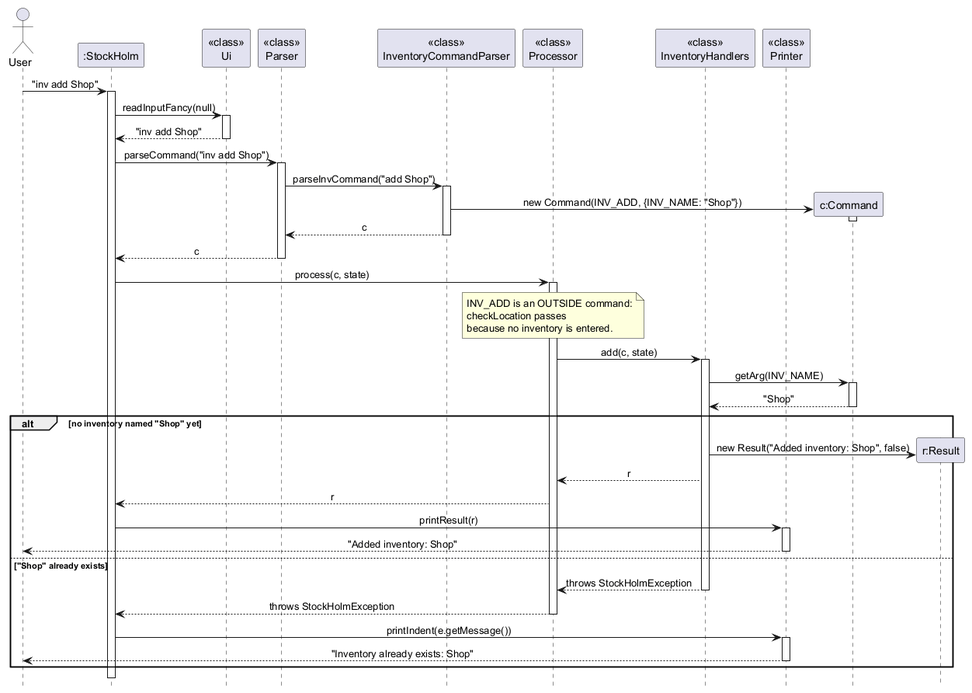
The PlantUML diagram docs/images/InvAddSequence.png in AY2627S1-CS2113-W14-4/tp, before a commit.
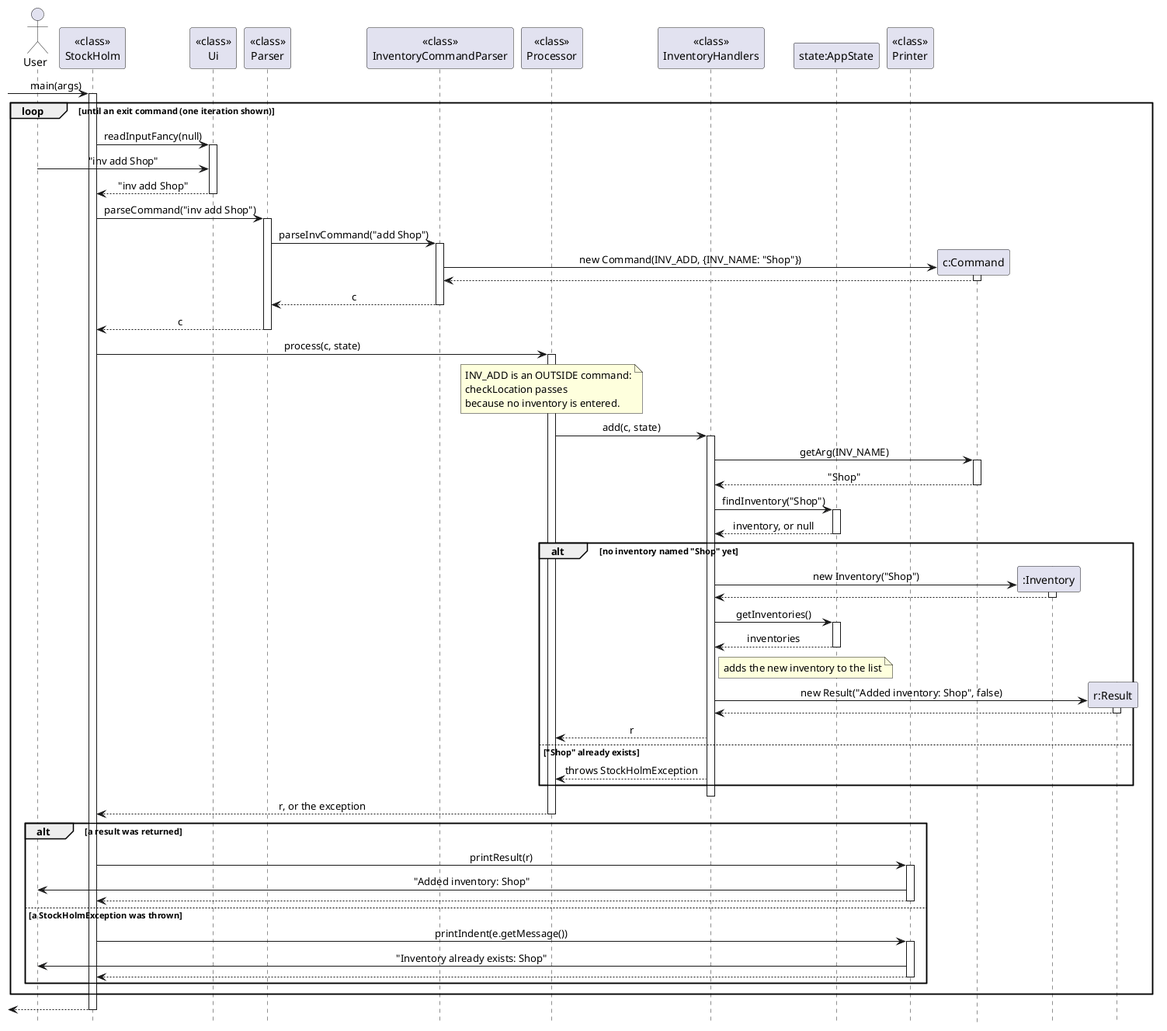
After the commit.

Commit message:
Fix activation bars and arrows in inv add sequence diagram

Diff of the diagram source:
```diff
@@ -3,65 +3,94 @@
 skinparam sequenceMessageAlign center
 
 actor User
-participant ":StockHolm" as Main
+participant "<<class>>\nStockHolm" as Main
 participant "<<class>>\nUi" as Ui
 participant "<<class>>\nParser" as Parser
 participant "<<class>>\nInventoryCommandParser" as InvParser
 participant "<<class>>\nProcessor" as Processor
 participant "<<class>>\nInventoryHandlers" as Handlers
+participant "state:AppState" as State
 participant "<<class>>\nPrinter" as Printer
 
-User -> Main : "inv add Shop"
+[-> Main : main(args)
 activate Main
-Main -> Ui : readInputFancy(null)
-activate Ui
-Ui --> Main : "inv add Shop"
-deactivate Ui
+loop until an exit command (one iteration shown)
+    Main -> Ui : readInputFancy(null)
+    activate Ui
+    User -> Ui : "inv add Shop"
+    Ui --> Main : "inv add Shop"
+    deactivate Ui
 
-Main -> Parser : parseCommand("inv add Shop")
-activate Parser
-Parser -> InvParser : parseInvCommand("add Shop")
-activate InvParser
-create participant "c:Command" as Cmd
-InvParser -> Cmd : new Command(INV_ADD, {INV_NAME: "Shop"})
-activate Cmd
-deactivate Cmd
-InvParser --> Parser : c
-deactivate InvParser
-Parser --> Main : c
-deactivate Parser
+    Main -> Parser : parseCommand("inv add Shop")
+    activate Parser
+    Parser -> InvParser : parseInvCommand("add Shop")
+    activate InvParser
+    create participant "c:Command" as Cmd
+    InvParser -> Cmd : new Command(INV_ADD, {INV_NAME: "Shop"})
+    activate Cmd
+    Cmd --> InvParser
+    deactivate Cmd
+    InvParser --> Parser : c
+    deactivate InvParser
+    Parser --> Main : c
+    deactivate Parser
 
-Main -> Processor : process(c, state)
-activate Processor
-note over Processor
-    INV_ADD is an OUTSIDE command:
-    checkLocation passes
-    because no inventory is entered.
-end note
-Processor -> Handlers : add(c, state)
-activate Handlers
-Handlers -> Cmd : getArg(INV_NAME)
-activate Cmd
-Cmd --> Handlers : "Shop"
-deactivate Cmd
-alt no inventory named "Shop" yet
-    create participant "r:Result" as Res
-    Handlers -> Res : new Result("Added inventory: Shop", false)
-    Handlers --> Processor : r
-    Processor --> Main : r
-    Main -> Printer : printResult(r)
-    activate Printer
-    Printer --> User : "Added inventory: Shop"
-    deactivate Printer
-else "Shop" already exists
-    Handlers --> Processor : throws StockHolmException
+    Main -> Processor : process(c, state)
+    activate Processor
+    note over Processor
+        INV_ADD is an OUTSIDE command:
+        checkLocation passes
+        because no inventory is entered.
+    end note
+    Processor -> Handlers : add(c, state)
+    activate Handlers
+    Handlers -> Cmd : getArg(INV_NAME)
+    activate Cmd
+    Cmd --> Handlers : "Shop"
+    deactivate Cmd
+    Handlers -> State : findInventory("Shop")
+    activate State
+    State --> Handlers : inventory, or null
+    deactivate State
+
+    alt no inventory named "Shop" yet
+        create participant ":Inventory" as Inv
+        Handlers -> Inv : new Inventory("Shop")
+        activate Inv
+        Inv --> Handlers
+        deactivate Inv
+        Handlers -> State : getInventories()
+        activate State
+        State --> Handlers : inventories
+        deactivate State
+        note right of Handlers : adds the new inventory to the list
+        create participant "r:Result" as Res
+        Handlers -> Res : new Result("Added inventory: Shop", false)
+        activate Res
+        Res --> Handlers
+        deactivate Res
+        Handlers --> Processor : r
+    else "Shop" already exists
+        Handlers --> Processor : throws StockHolmException
+    end
     deactivate Handlers
-    Processor --> Main : throws StockHolmException
+    Processor --> Main : r, or the exception
     deactivate Processor
-    Main -> Printer : printIndent(e.getMessage())
-    activate Printer
-    Printer --> User : "Inventory already exists: Shop"
-    deactivate Printer
+
+    alt a result was returned
+        Main -> Printer : printResult(r)
+        activate Printer
+        Printer -> User : "Added inventory: Shop"
+        Printer --> Main
+        deactivate Printer
+    else a StockHolmException was thrown
+        Main -> Printer : printIndent(e.getMessage())
+        activate Printer
+        Printer -> User : "Inventory already exists: Shop"
+        Printer --> Main
+        deactivate Printer
+    end
 end
+[<-- Main
 deactivate Main
 @enduml
```
